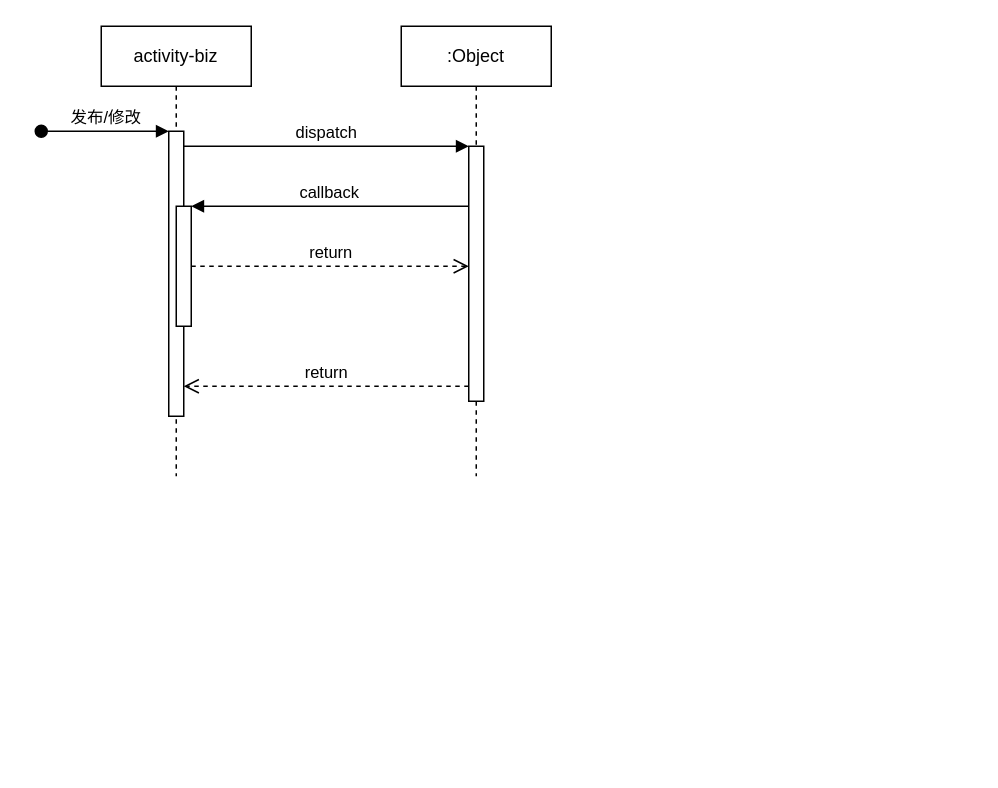
Luffybaga/draw keeps this draw.io diagram as 活动快照时序.drawio. Above is the earlier version. Source tidied: cells renumbered, new cells numbered last; positions are measured from the earlier drawing's top-left corner, leaving out a move shared by most shapes. Both pictures are drawn from the tidied source at 150%, with x=0, y=0 at pixel (40, 26).
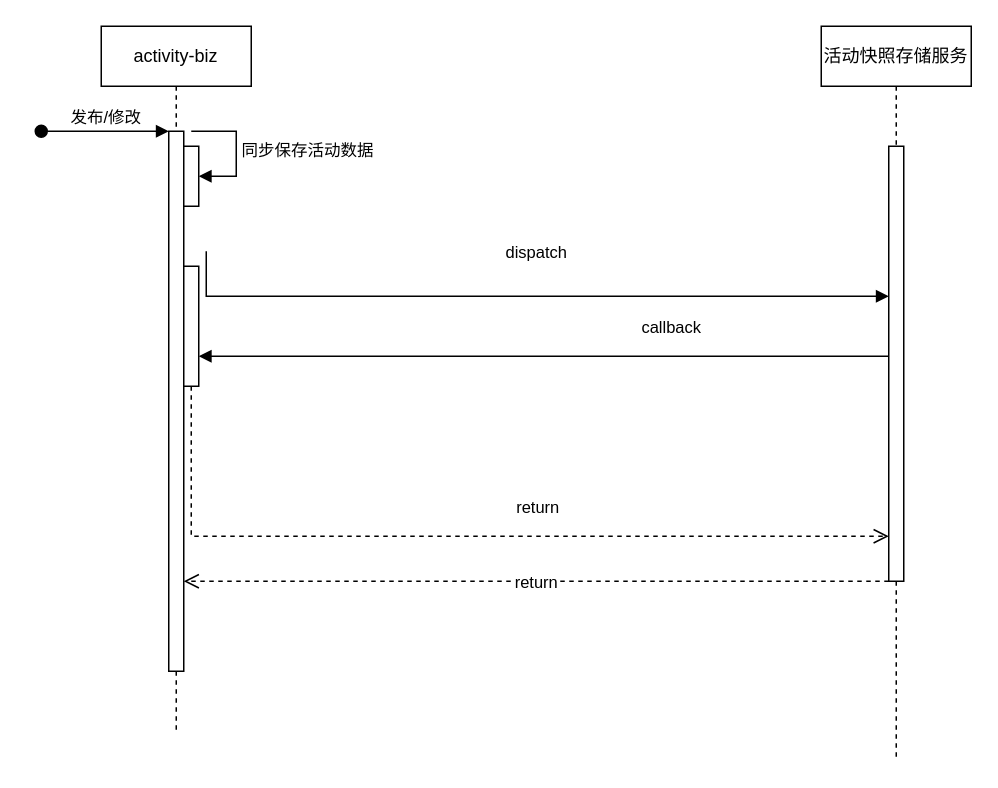
After the change.

Commit message (it also covers changes not shown here):
更新活动快照时序.drawio

Diff of the diagram source:
```diff
@@
     <mxCell id="2" value="activity-biz" style="shape=umlLifeline;perimeter=lifelinePerimeter;whiteSpace=wrap;html=1;newEdgeStyle={&quot;edgeStyle&quot;:&quot;elbowEdgeStyle&quot;,&quot;elbow&quot;:&quot;vertical&quot;,&quot;curved&quot;:0,&quot;rounded&quot;:0};" parent="1" vertex="1">
-      <mxGeometry x="40" width="100" height="300" as="geometry" />
+      <mxGeometry x="40" width="100" height="470" as="geometry" />
     </mxCell>
     <mxCell id="3" style="html=1;points=[];perimeter=orthogonalPerimeter;outlineConnect=0;targetShapes=umlLifeline;portConstraint=eastwest;newEdgeStyle={&quot;edgeStyle&quot;:&quot;elbowEdgeStyle&quot;,&quot;elbow&quot;:&quot;vertical&quot;,&quot;curved&quot;:0,&quot;rounded&quot;:0};" parent="2" vertex="1">
-      <mxGeometry x="45" y="70" width="10" height="190" as="geometry" />
+      <mxGeometry x="45" y="70" width="10" height="360" as="geometry" />
     </mxCell>
@@
     <mxCell id="5" style="html=1;points=[];perimeter=orthogonalPerimeter;outlineConnect=0;targetShapes=umlLifeline;portConstraint=eastwest;newEdgeStyle={&quot;edgeStyle&quot;:&quot;elbowEdgeStyle&quot;,&quot;elbow&quot;:&quot;vertical&quot;,&quot;curved&quot;:0,&quot;rounded&quot;:0};" parent="2" vertex="1">
-      <mxGeometry x="50" y="120" width="10" height="80" as="geometry" />
+      <mxGeometry x="55" y="160" width="10" height="80" as="geometry" />
     </mxCell>
+    <mxCell id="12" style="html=1;points=[];perimeter=orthogonalPerimeter;outlineConnect=0;targetShapes=umlLifeline;portConstraint=eastwest;newEdgeStyle={&quot;edgeStyle&quot;:&quot;elbowEdgeStyle&quot;,&quot;elbow&quot;:&quot;vertical&quot;,&quot;curved&quot;:0,&quot;rounded&quot;:0};" parent="2" vertex="1">
+      <mxGeometry x="55" y="80" width="10" height="40" as="geometry" />
+    </mxCell>
+    <mxCell id="13" value="同步保存活动数据" style="html=1;align=left;spacingLeft=2;endArrow=block;rounded=0;edgeStyle=orthogonalEdgeStyle;curved=0;rounded=0;" parent="2" edge="1" target="12">
+      <mxGeometry relative="1" as="geometry">
+        <mxPoint x="60" y="70" as="sourcePoint" />
+        <Array as="points">
+          <mxPoint x="90" y="100" />
+        </Array>
+      </mxGeometry>
+    </mxCell>
-    <mxCell id="6" value=":Object" style="shape=umlLifeline;perimeter=lifelinePerimeter;whiteSpace=wrap;html=1;newEdgeStyle={&quot;edgeStyle&quot;:&quot;elbowEdgeStyle&quot;,&quot;elbow&quot;:&quot;vertical&quot;,&quot;curved&quot;:0,&quot;rounded&quot;:0};" parent="1" vertex="1">
-      <mxGeometry x="240" width="100" height="300" as="geometry" />
+    <mxCell id="6" value="活动快照存储服务" style="shape=umlLifeline;perimeter=lifelinePerimeter;whiteSpace=wrap;html=1;newEdgeStyle={&quot;edgeStyle&quot;:&quot;elbowEdgeStyle&quot;,&quot;elbow&quot;:&quot;vertical&quot;,&quot;curved&quot;:0,&quot;rounded&quot;:0};" parent="1" vertex="1">
+      <mxGeometry x="520" width="100" height="490" as="geometry" />
     </mxCell>
     <mxCell id="7" style="html=1;points=[];perimeter=orthogonalPerimeter;outlineConnect=0;targetShapes=umlLifeline;portConstraint=eastwest;newEdgeStyle={&quot;edgeStyle&quot;:&quot;elbowEdgeStyle&quot;,&quot;elbow&quot;:&quot;vertical&quot;,&quot;curved&quot;:0,&quot;rounded&quot;:0};" parent="6" vertex="1">
-      <mxGeometry x="45" y="80" width="10" height="170" as="geometry" />
+      <mxGeometry x="45" y="80" width="10" height="290" as="geometry" />
     </mxCell>
-    <mxCell id="8" value="dispatch" style="html=1;verticalAlign=bottom;endArrow=block;edgeStyle=elbowEdgeStyle;elbow=vertical;curved=0;rounded=0;" parent="1" edge="1" source="3" target="7">
-      <mxGeometry relative="1" as="geometry">
+    <mxCell id="8" value="dispatch" style="html=1;verticalAlign=bottom;endArrow=block;edgeStyle=elbowEdgeStyle;elbow=vertical;curved=0;rounded=0;" parent="1" edge="1" target="7">
+      <mxGeometry x="0.03" y="20" relative="1" as="geometry">
+        <mxPoint x="110" y="150" as="sourcePoint" />
         <Array as="points">
-          <mxPoint x="100" y="80" />
+          <mxPoint x="420" y="180" />
         </Array>
       </mxGeometry>
     </mxCell>
     <mxCell id="9" value="return" style="html=1;verticalAlign=bottom;endArrow=open;dashed=1;endSize=8;edgeStyle=elbowEdgeStyle;elbow=vertical;curved=0;rounded=0;" parent="1" edge="1" source="7" target="3">
-      <mxGeometry relative="1" as="geometry">
+      <mxGeometry y="10" relative="1" as="geometry">
         <Array as="points">
+          <mxPoint x="310" y="370" />
+          <mxPoint x="360" y="320" />
           <mxPoint x="110" y="240" />
         </Array>
       </mxGeometry>
     </mxCell>
     <mxCell id="10" value="callback" style="html=1;verticalAlign=bottom;endArrow=block;edgeStyle=elbowEdgeStyle;elbow=vertical;curved=0;rounded=0;" parent="1" edge="1" source="7" target="5">
-      <mxGeometry relative="1" as="geometry">
+      <mxGeometry x="-0.37" y="-10" relative="1" as="geometry">
         <Array as="points">
+          <mxPoint x="390" y="220" />
+          <mxPoint x="340" y="190" />
+          <mxPoint x="330" y="200" />
+          <mxPoint x="240" y="150" />
           <mxPoint x="110" y="120" />
         </Array>
       </mxGeometry>
     </mxCell>
     <mxCell id="11" value="return" style="html=1;verticalAlign=bottom;endArrow=open;dashed=1;endSize=8;edgeStyle=elbowEdgeStyle;elbow=vertical;curved=0;rounded=0;" parent="1" edge="1" source="5" target="7">
-      <mxGeometry relative="1" as="geometry">
+      <mxGeometry x="0.17" y="10" relative="1" as="geometry">
         <Array as="points">
-          <mxPoint x="100" y="190" />
+          <mxPoint x="370" y="340" />
+          <mxPoint x="400" y="280" />
+          <mxPoint x="390" y="290" />
+          <mxPoint x="190" y="200" />
         </Array>
       </mxGeometry>
     </mxCell>
```
